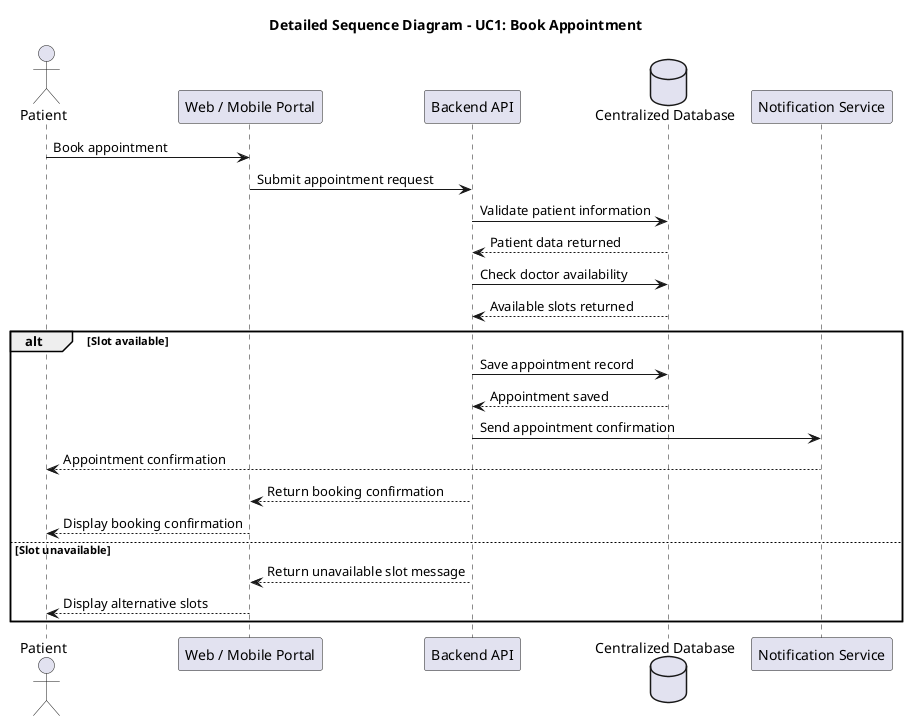
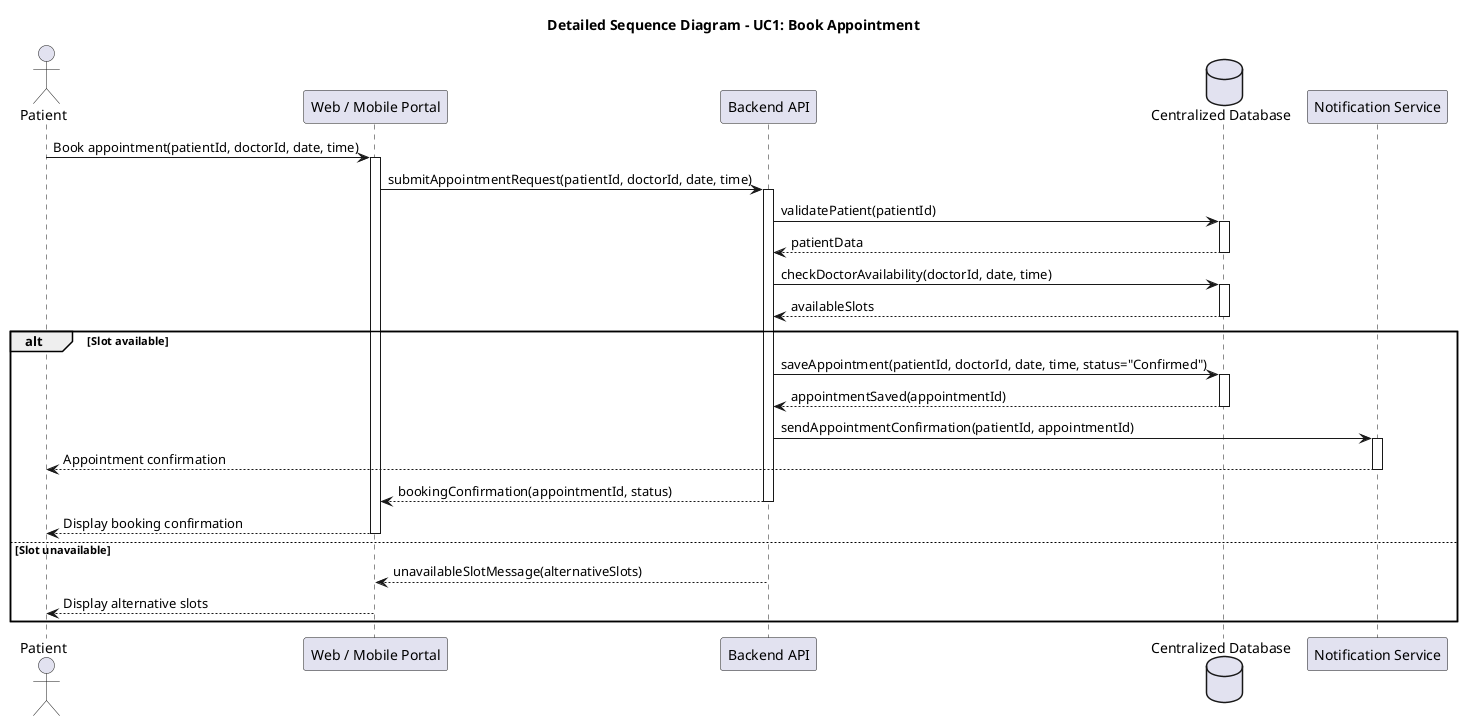
@startuml
title Detailed Sequence Diagram - UC1: Book Appointment

actor Patient as patient
participant "Web / Mobile Portal" as portal
participant "Backend API" as api
database "Centralized Database" as db
participant "Notification Service" as notif

- patient -> portal : Book appointment
- portal -> api : Submit appointment request
+ patient -> portal : Book appointment(patientId, doctorId, date, time)
+ activate portal

- api -> db : Validate patient information
- db --> api : Patient data returned
+ portal -> api : submitAppointmentRequest(patientId, doctorId, date, time)
+ activate api

- api -> db : Check doctor availability
- db --> api : Available slots returned
+ api -> db : validatePatient(patientId)
+ activate db
+ db --> api : patientData
+ deactivate db
+ 
+ api -> db : checkDoctorAvailability(doctorId, date, time)
+ activate db
+ db --> api : availableSlots
+ deactivate db

alt Slot available
-     api -> db : Save appointment record
-     db --> api : Appointment saved
+     api -> db : saveAppointment(patientId, doctorId, date, time, status="Confirmed")
+     activate db
+     db --> api : appointmentSaved(appointmentId)
+     deactivate db

-     api -> notif : Send appointment confirmation
+     api -> notif : sendAppointmentConfirmation(patientId, appointmentId)
+     activate notif
    notif --> patient : Appointment confirmation
+     deactivate notif

-     api --> portal : Return booking confirmation
+     api --> portal : bookingConfirmation(appointmentId, status)
+     deactivate api
+ 
    portal --> patient : Display booking confirmation
+     deactivate portal

else Slot unavailable
-     api --> portal : Return unavailable slot message
+     api --> portal : unavailableSlotMessage(alternativeSlots)
+     deactivate api
+ 
    portal --> patient : Display alternative slots
+     deactivate portal
end

@enduml